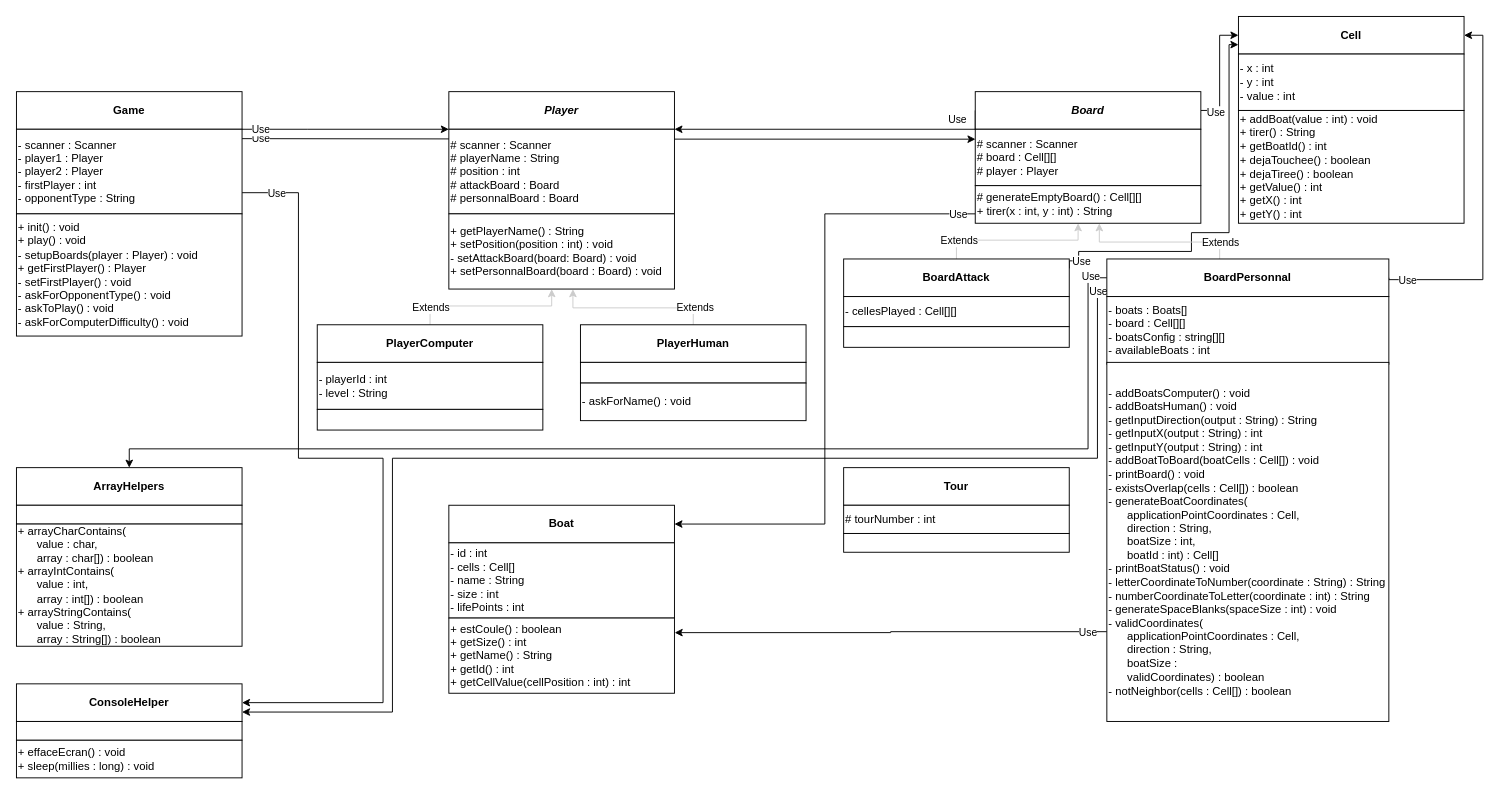
This is UML App.drawio from MariusCLM74/Java-battle-ship, a draw.io file, before an edit. Source tidied: cells renumbered, new cells numbered last; positions are measured from the earlier drawing's top-left corner, leaving out a move shared by most shapes. Both pictures are drawn from the tidied source at 94%, with x=0, y=0 at pixel (16, 16).
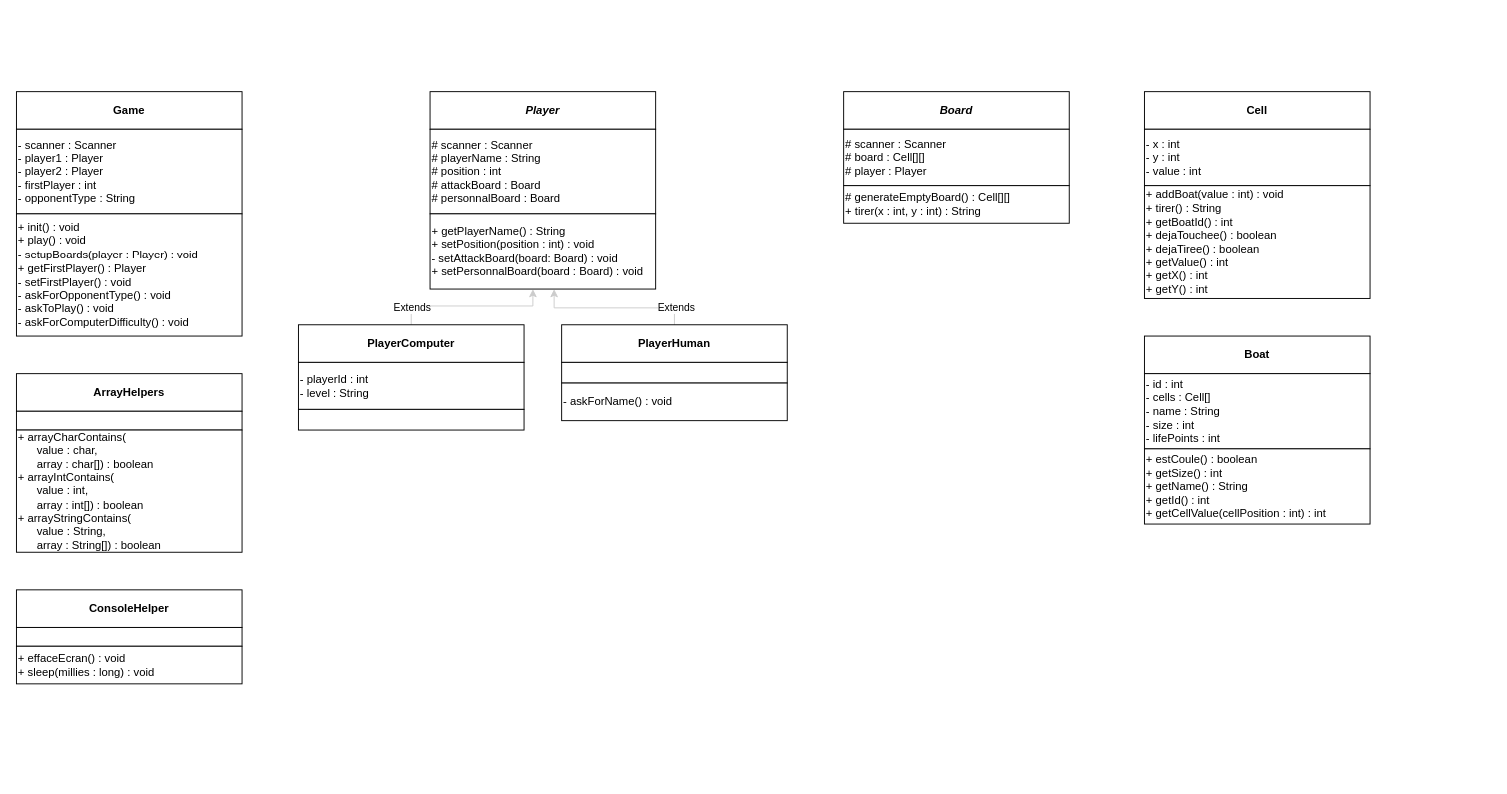
The same page after the edit.

Commit message:
UML-bataille-navale

The change refers to these unchanged cells:
```xml
<mxCell id="6" value="&lt;b&gt;Game&lt;/b&gt;" style="rounded=0;whiteSpace=wrap;html=1;" parent="1" vertex="1">
  <mxGeometry y="80" width="240" height="40" as="geometry" />
</mxCell>
<mxCell id="9" value="- scanner : Scanner&lt;br&gt;- player1 : Player&lt;br&gt;- player2 : Player&lt;br&gt;- firstPlayer : int&lt;br&gt;- opponentType : String" style="rounded=0;whiteSpace=wrap;html=1;align=left;" parent="1" vertex="1">
  <mxGeometry y="120" width="240" height="90" as="geometry" />
</mxCell>
```

The edit, as a diff of the source:
```diff
@@
-    <mxCell id="2" style="edgeStyle=orthogonalEdgeStyle;rounded=0;jettySize=auto;html=1;entryX=0.001;entryY=0.176;entryDx=0;entryDy=0;entryPerimeter=0;" parent="1" edge="1" target="29">
-      <mxGeometry relative="1" as="geometry">
-        <mxPoint x="240" y="130" as="sourcePoint" />
-      </mxGeometry>
-    </mxCell>
-    <mxCell id="3" value="Use" style="edgeLabel;html=1;align=center;verticalAlign=middle;" parent="2" vertex="1">
-      <mxGeometry x="-0.95" y="1" relative="1" as="geometry">
-        <mxPoint x="-1" as="offset" />
-      </mxGeometry>
-    </mxCell>
-    <mxCell id="4" style="edgeStyle=orthogonalEdgeStyle;rounded=0;jettySize=auto;html=1;" parent="1" edge="1" source="6">
-      <mxGeometry relative="1" as="geometry">
-        <mxPoint x="460" y="120" as="targetPoint" />
-        <Array as="points">
-          <mxPoint x="310" y="120" />
-          <mxPoint x="310" y="120" />
-        </Array>
-      </mxGeometry>
-    </mxCell>
-    <mxCell id="5" value="Use" style="edgeLabel;html=1;align=center;verticalAlign=middle;" parent="4" vertex="1">
-      <mxGeometry x="-0.79" y="-3" relative="1" as="geometry">
-        <mxPoint x="-4" y="-3" as="offset" />
-      </mxGeometry>
-    </mxCell>
@@
-    <mxCell id="7" style="edgeStyle=orthogonalEdgeStyle;rounded=0;jettySize=auto;html=1;exitX=1;exitY=0.75;exitDx=0;exitDy=0;strokeColor=#000000;strokeWidth=1;" parent="1" edge="1" source="9" target="56">
-      <mxGeometry relative="1" as="geometry">
-        <Array as="points">
-          <mxPoint x="300" y="188" />
-          <mxPoint x="300" y="470" />
-          <mxPoint x="390" y="470" />
-        </Array>
-      </mxGeometry>
-    </mxCell>
-    <mxCell id="8" value="Use" style="edgeLabel;html=1;align=center;verticalAlign=middle;" parent="7" vertex="1">
-      <mxGeometry x="-0.92" relative="1" as="geometry">
-        <mxPoint x="2" y="1" as="offset" />
-      </mxGeometry>
-    </mxCell>
@@
     <mxCell id="11" value="&lt;b&gt;&lt;i&gt;Player&lt;/i&gt;&lt;/b&gt;" style="rounded=0;whiteSpace=wrap;html=1;" parent="1" vertex="1">
-      <mxGeometry x="460" y="80" width="240" height="40" as="geometry" />
+      <mxGeometry x="440" y="80" width="240" height="40" as="geometry" />
     </mxCell>
     <mxCell id="12" value="# scanner : Scanner&lt;br&gt;# playerName : String&lt;br&gt;# position : int&lt;br&gt;# attackBoard : Board&lt;br&gt;# personnalBoard : Board" style="rounded=0;whiteSpace=wrap;html=1;align=left;" parent="1" vertex="1">
-      <mxGeometry x="460" y="120" width="240" height="90" as="geometry" />
+      <mxGeometry x="440" y="120" width="240" height="90" as="geometry" />
     </mxCell>
     <mxCell id="13" value="+ getPlayerName() : String&lt;br&gt;+ setPosition(position : int) : void&lt;br&gt;- setAttackBoard(board: Board) : void&lt;br&gt;+ setPersonnalBoard(board : Board) : void" style="rounded=0;whiteSpace=wrap;html=1;align=left;" parent="1" vertex="1">
-      <mxGeometry x="460" y="210" width="240" height="80" as="geometry" />
+      <mxGeometry x="440" y="210" width="240" height="80" as="geometry" />
     </mxCell>
@@
     <mxCell id="16" value="&lt;b&gt;PlayerComputer&lt;/b&gt;" style="rounded=0;whiteSpace=wrap;html=1;" parent="1" vertex="1">
-      <mxGeometry x="320" y="328" width="240" height="40" as="geometry" />
+      <mxGeometry x="300" y="328" width="240" height="40" as="geometry" />
     </mxCell>
     <mxCell id="17" value="- playerId : int&lt;br&gt;- level : String" style="rounded=0;whiteSpace=wrap;html=1;align=left;" parent="1" vertex="1">
-      <mxGeometry x="320" y="368" width="240" height="50" as="geometry" />
+      <mxGeometry x="300" y="368" width="240" height="50" as="geometry" />
     </mxCell>
     <mxCell id="18" style="edgeStyle=orthogonalEdgeStyle;rounded=0;jettySize=auto;html=1;strokeColor=#CCCCCC;strokeWidth=1;entryX=0.55;entryY=1.002;entryDx=0;entryDy=0;entryPerimeter=0;" parent="1" edge="1" source="20" target="13">
       <mxGeometry relative="1" as="geometry">
         <Array as="points">
-          <mxPoint x="720" y="310" />
-          <mxPoint x="592" y="310" />
+          <mxPoint x="700" y="310" />
+          <mxPoint x="572" y="310" />
         </Array>
       </mxGeometry>
     </mxCell>
@@
     <mxCell id="20" value="&lt;b&gt;PlayerHuman&lt;/b&gt;" style="rounded=0;whiteSpace=wrap;html=1;" parent="1" vertex="1">
-      <mxGeometry x="600" y="328" width="240" height="40" as="geometry" />
+      <mxGeometry x="580" y="328" width="240" height="40" as="geometry" />
     </mxCell>
     <mxCell id="21" style="rounded=0;whiteSpace=wrap;html=1;align=left;" parent="1" vertex="1">
-      <mxGeometry x="600" y="368" width="240" height="22" as="geometry" />
+      <mxGeometry x="580" y="368" width="240" height="22" as="geometry" />
     </mxCell>
     <mxCell id="22" value="- askForName() : void" style="rounded=0;whiteSpace=wrap;html=1;align=left;" parent="1" vertex="1">
-      <mxGeometry x="600" y="390" width="240" height="40" as="geometry" />
+      <mxGeometry x="580" y="390" width="240" height="40" as="geometry" />
     </mxCell>
     <mxCell id="23" style="rounded=0;whiteSpace=wrap;html=1;align=left;" parent="1" vertex="1">
-      <mxGeometry x="320" y="418" width="240" height="22" as="geometry" />
+      <mxGeometry x="300" y="418" width="240" height="22" as="geometry" />
     </mxCell>
-    <mxCell id="24" style="edgeStyle=orthogonalEdgeStyle;rounded=0;jettySize=auto;html=1;exitX=0;exitY=0.5;exitDx=0;exitDy=0;entryX=1;entryY=1;entryDx=0;entryDy=0;strokeColor=#000000;strokeWidth=1;" parent="1" edge="1" source="28" target="11">
-      <mxGeometry relative="1" as="geometry">
-        <Array as="points">
-          <mxPoint x="1020" y="120" />
-        </Array>
-      </mxGeometry>
-    </mxCell>
-    <mxCell id="25" value="Use" style="edgeLabel;html=1;align=center;verticalAlign=middle;" parent="24" vertex="1">
-      <mxGeometry x="-0.95" relative="1" as="geometry">
-        <mxPoint x="-20" as="offset" />
-      </mxGeometry>
-    </mxCell>
-    <mxCell id="26" style="edgeStyle=orthogonalEdgeStyle;rounded=0;jettySize=auto;html=1;exitX=1;exitY=0.5;exitDx=0;exitDy=0;strokeColor=#000000;strokeWidth=1;entryX=0;entryY=0.5;entryDx=0;entryDy=0;" parent="1" edge="1" source="28" target="62">
-      <mxGeometry relative="1" as="geometry" />
-    </mxCell>
-    <mxCell id="27" value="Use" style="edgeLabel;html=1;align=center;verticalAlign=middle;" parent="26" vertex="1">
-      <mxGeometry x="-0.75" y="-1" relative="1" as="geometry" />
-    </mxCell>
     <mxCell id="28" value="&lt;b&gt;&lt;i&gt;Board&lt;/i&gt;&lt;/b&gt;" style="rounded=0;whiteSpace=wrap;html=1;" parent="1" vertex="1">
-      <mxGeometry x="1020" y="80" width="240" height="40" as="geometry" />
+      <mxGeometry x="880" y="80" width="240" height="40" as="geometry" />
     </mxCell>
     <mxCell id="29" value="# scanner : Scanner&lt;br&gt;# board : Cell[][]&lt;br&gt;# player : Player" style="rounded=0;whiteSpace=wrap;html=1;align=left;" parent="1" vertex="1">
-      <mxGeometry x="1020" y="120" width="240" height="60" as="geometry" />
+      <mxGeometry x="880" y="120" width="240" height="60" as="geometry" />
     </mxCell>
-    <mxCell id="30" style="edgeStyle=orthogonalEdgeStyle;rounded=0;jettySize=auto;html=1;exitX=0;exitY=0.75;exitDx=0;exitDy=0;strokeColor=#000000;strokeWidth=1;entryX=1;entryY=0.5;entryDx=0;entryDy=0;" parent="1" edge="1" source="32" target="65">
-      <mxGeometry relative="1" as="geometry" />
-    </mxCell>
-    <mxCell id="31" value="Use" style="edgeLabel;html=1;align=center;verticalAlign=middle;" parent="30" vertex="1">
-      <mxGeometry x="-0.97" relative="1" as="geometry">
-        <mxPoint x="-9" as="offset" />
-      </mxGeometry>
-    </mxCell>
     <mxCell id="32" value="# generateEmptyBoard() : Cell[][]&lt;br&gt;+ tirer(x : int, y : int) : String" style="rounded=0;whiteSpace=wrap;html=1;align=left;" parent="1" vertex="1">
-      <mxGeometry x="1020" y="180" width="240" height="40" as="geometry" />
+      <mxGeometry x="880" y="180" width="240" height="40" as="geometry" />
     </mxCell>
-    <mxCell id="33" style="edgeStyle=orthogonalEdgeStyle;rounded=0;jettySize=auto;html=1;exitX=0.5;exitY=0;exitDx=0;exitDy=0;entryX=0.456;entryY=1.002;entryDx=0;entryDy=0;strokeWidth=1;strokeColor=#CCCCCC;entryPerimeter=0;" parent="1" edge="1" source="37" target="32">
-      <mxGeometry relative="1" as="geometry" />
-    </mxCell>
-    <mxCell id="34" value="Extends" style="edgeLabel;html=1;align=center;verticalAlign=middle;" parent="33" vertex="1">
-      <mxGeometry x="-0.74" relative="1" as="geometry" />
-    </mxCell>
-    <mxCell id="35" style="edgeStyle=orthogonalEdgeStyle;rounded=0;jettySize=auto;html=1;exitX=1;exitY=0.25;exitDx=0;exitDy=0;strokeColor=#000000;strokeWidth=1;entryX=0;entryY=0.75;entryDx=0;entryDy=0;" parent="1" edge="1" source="37" target="62">
-      <mxGeometry relative="1" as="geometry">
-        <Array as="points">
-          <mxPoint x="1120" y="260" />
-          <mxPoint x="1130" y="260" />
-          <mxPoint x="1130" y="250" />
-          <mxPoint x="1250" y="250" />
-          <mxPoint x="1250" y="230" />
-          <mxPoint x="1290" y="230" />
-          <mxPoint x="1290" y="30" />
-        </Array>
-      </mxGeometry>
-    </mxCell>
-    <mxCell id="36" value="Use" style="edgeLabel;html=1;align=center;verticalAlign=middle;" parent="35" vertex="1">
-      <mxGeometry x="-0.96" relative="1" as="geometry">
-        <mxPoint x="12" as="offset" />
-      </mxGeometry>
-    </mxCell>
-    <mxCell id="37" value="&lt;b&gt;BoardAttack&lt;/b&gt;" style="rounded=0;whiteSpace=wrap;html=1;" parent="1" vertex="1">
-      <mxGeometry x="880" y="258" width="240" height="40" as="geometry" />
-    </mxCell>
-    <mxCell id="38" value="- cellesPlayed : Cell[][]" style="rounded=0;whiteSpace=wrap;html=1;align=left;" parent="1" vertex="1">
-      <mxGeometry x="880" y="298" width="240" height="32" as="geometry" />
-    </mxCell>
-    <mxCell id="39" style="edgeStyle=orthogonalEdgeStyle;rounded=0;jettySize=auto;html=1;strokeColor=#CCCCCC;strokeWidth=1;entryX=0.55;entryY=1.002;entryDx=0;entryDy=0;entryPerimeter=0;" parent="1" edge="1" source="47" target="32">
-      <mxGeometry relative="1" as="geometry">
-        <Array as="points">
-          <mxPoint x="1280" y="240" />
-          <mxPoint x="1152" y="240" />
-        </Array>
-      </mxGeometry>
-    </mxCell>
-    <mxCell id="40" value="Extends" style="edgeLabel;html=1;align=center;verticalAlign=middle;" parent="39" vertex="1">
-      <mxGeometry x="-0.78" relative="1" as="geometry" />
-    </mxCell>
-    <mxCell id="41" style="edgeStyle=orthogonalEdgeStyle;rounded=0;jettySize=auto;html=1;exitX=0;exitY=0.5;exitDx=0;exitDy=0;strokeWidth=1;entryX=0.5;entryY=0;entryDx=0;entryDy=0;" parent="1" edge="1" source="47" target="53">
-      <mxGeometry relative="1" as="geometry">
-        <Array as="points">
-          <mxPoint x="1140" y="278" />
-          <mxPoint x="1140" y="460" />
-          <mxPoint x="120" y="460" />
-        </Array>
-      </mxGeometry>
-    </mxCell>
-    <mxCell id="42" value="Use" style="edgeLabel;html=1;align=center;verticalAlign=middle;" parent="41" vertex="1">
-      <mxGeometry x="-0.97" y="-1" relative="1" as="geometry">
-        <mxPoint x="1" y="-1" as="offset" />
-      </mxGeometry>
-    </mxCell>
-    <mxCell id="43" style="edgeStyle=orthogonalEdgeStyle;rounded=0;jettySize=auto;html=1;exitX=0;exitY=0.75;exitDx=0;exitDy=0;strokeColor=#000000;strokeWidth=1;" parent="1" edge="1" source="47" target="56">
-      <mxGeometry relative="1" as="geometry">
-        <Array as="points">
-          <mxPoint x="1150" y="288" />
-          <mxPoint x="1150" y="470" />
-          <mxPoint x="400" y="470" />
-          <mxPoint x="400" y="740" />
-        </Array>
-      </mxGeometry>
-    </mxCell>
-    <mxCell id="44" value="Use" style="edgeLabel;html=1;align=center;verticalAlign=middle;" parent="43" vertex="1">
-      <mxGeometry x="-0.98" relative="1" as="geometry" />
-    </mxCell>
-    <mxCell id="45" style="edgeStyle=orthogonalEdgeStyle;rounded=0;jettySize=auto;html=1;exitX=1;exitY=0.5;exitDx=0;exitDy=0;strokeColor=#000000;strokeWidth=1;entryX=1;entryY=0.5;entryDx=0;entryDy=0;" parent="1" edge="1" source="47" target="62">
-      <mxGeometry relative="1" as="geometry">
-        <Array as="points">
-          <mxPoint x="1460" y="280" />
-          <mxPoint x="1560" y="280" />
-          <mxPoint x="1560" y="20" />
-        </Array>
-      </mxGeometry>
-    </mxCell>
-    <mxCell id="46" value="Use" style="edgeLabel;html=1;align=center;verticalAlign=middle;" parent="45" vertex="1">
-      <mxGeometry x="-0.89" relative="1" as="geometry" />
-    </mxCell>
-    <mxCell id="47" value="&lt;b&gt;BoardPersonnal&lt;/b&gt;" style="rounded=0;whiteSpace=wrap;html=1;" parent="1" vertex="1">
-      <mxGeometry x="1160" y="258" width="300" height="40" as="geometry" />
-    </mxCell>
-    <mxCell id="48" value="- boats : Boats[]&lt;br&gt;- board : Cell[][]&lt;br&gt;- boatsConfig : string[][]&lt;br&gt;- availableBoats : int" style="rounded=0;whiteSpace=wrap;html=1;align=left;" parent="1" vertex="1">
-      <mxGeometry x="1160" y="298" width="300" height="72" as="geometry" />
-    </mxCell>
-    <mxCell id="49" style="edgeStyle=orthogonalEdgeStyle;rounded=0;jettySize=auto;html=1;exitX=0;exitY=0.75;exitDx=0;exitDy=0;entryX=1.001;entryY=0.194;entryDx=0;entryDy=0;entryPerimeter=0;strokeColor=#000000;strokeWidth=1;" parent="1" edge="1" source="51" target="67">
-      <mxGeometry relative="1" as="geometry" />
-    </mxCell>
-    <mxCell id="50" value="Use" style="edgeLabel;html=1;align=center;verticalAlign=middle;" parent="49" vertex="1">
-      <mxGeometry x="-0.91" y="1" relative="1" as="geometry" />
-    </mxCell>
-    <mxCell id="51" value="- addBoatsComputer() : void&lt;br&gt;- addBoatsHuman() : void&lt;br&gt;- getInputDirection(output : String) : String&lt;br&gt;- getInputX(output : String) : int&lt;br&gt;- getInputY(output : String) : int&lt;br&gt;- addBoatToBoard(boatCells : Cell[]) : void&lt;br&gt;- printBoard() : void&lt;br&gt;- existsOverlap(cells : Cell[]) : boolean&lt;br&gt;- generateBoatCoordinates(&lt;br&gt;&amp;nbsp; &amp;nbsp; &amp;nbsp; applicationPointCoordinates : Cell,&lt;br&gt;&amp;nbsp; &amp;nbsp; &amp;nbsp; direction : String, &lt;br&gt;&amp;nbsp; &amp;nbsp; &amp;nbsp; boatSize : int, &lt;br&gt;&amp;nbsp; &amp;nbsp; &amp;nbsp; boatId : int) : Cell[]&lt;br&gt;- printBoatStatus() : void&lt;br&gt;- letterCoordinateToNumber(coordinate : String) : String&lt;br&gt;- numberCoordinateToLetter(coordinate : int) : String&lt;br&gt;- generateSpaceBlanks(spaceSize : int) : void&lt;br&gt;- validCoordinates(&lt;br&gt;&amp;nbsp; &amp;nbsp; &amp;nbsp; applicationPointCoordinates : Cell,&lt;br&gt;&amp;nbsp; &amp;nbsp; &amp;nbsp; direction : String,&lt;br&gt;&amp;nbsp; &amp;nbsp; &amp;nbsp; boatSize :&lt;br&gt;&amp;nbsp; &amp;nbsp; &amp;nbsp; validCoordinates) : boolean&lt;br&gt;- notNeighbor(cells : Cell[])&amp;nbsp;: boolean" style="rounded=0;whiteSpace=wrap;html=1;align=left;" parent="1" vertex="1">
-      <mxGeometry x="1160" y="368" width="300" height="382" as="geometry" />
-    </mxCell>
-    <mxCell id="52" style="rounded=0;whiteSpace=wrap;html=1;align=left;" parent="1" vertex="1">
-      <mxGeometry x="880" y="330" width="240" height="22" as="geometry" />
-    </mxCell>
     <mxCell id="53" value="&lt;b&gt;ArrayHelpers&lt;/b&gt;" style="rounded=0;whiteSpace=wrap;html=1;" parent="1" vertex="1">
-      <mxGeometry y="480" width="240" height="40" as="geometry" />
+      <mxGeometry y="380" width="240" height="40" as="geometry" />
     </mxCell>
     <mxCell id="54" style="rounded=0;whiteSpace=wrap;html=1;align=left;" parent="1" vertex="1">
-      <mxGeometry y="520" width="240" height="20" as="geometry" />
+      <mxGeometry y="420" width="240" height="20" as="geometry" />
     </mxCell>
     <mxCell id="55" value="+ arrayCharContains(&lt;br&gt;&amp;nbsp; &amp;nbsp; &amp;nbsp; value : char,&lt;br&gt;&amp;nbsp; &amp;nbsp; &amp;nbsp; array : char[]) : boolean&lt;br&gt;+ arrayIntContains(&lt;br&gt;&amp;nbsp; &amp;nbsp; &amp;nbsp; value : int,&lt;br&gt;&amp;nbsp; &amp;nbsp; &amp;nbsp; array : int[]) : boolean&lt;br&gt;+ arrayStringContains(&lt;br&gt;&amp;nbsp; &amp;nbsp; &amp;nbsp; value : String,&lt;br&gt;&amp;nbsp; &amp;nbsp; &amp;nbsp; array : String[]) : boolean" style="rounded=0;whiteSpace=wrap;html=1;align=left;" parent="1" vertex="1">
-      <mxGeometry y="540" width="240" height="130" as="geometry" />
+      <mxGeometry y="440" width="240" height="130" as="geometry" />
     </mxCell>
     <mxCell id="56" value="&lt;b&gt;ConsoleHelper&lt;/b&gt;" style="rounded=0;whiteSpace=wrap;html=1;" parent="1" vertex="1">
-      <mxGeometry y="710" width="240" height="40" as="geometry" />
+      <mxGeometry y="610" width="240" height="40" as="geometry" />
     </mxCell>
     <mxCell id="57" style="rounded=0;whiteSpace=wrap;html=1;align=left;" parent="1" vertex="1">
-      <mxGeometry y="750" width="240" height="20" as="geometry" />
+      <mxGeometry y="650" width="240" height="20" as="geometry" />
     </mxCell>
     <mxCell id="58" value="+ effaceEcran() : void&lt;br&gt;+ sleep(millies : long) : void" style="rounded=0;whiteSpace=wrap;html=1;align=left;" parent="1" vertex="1">
-      <mxGeometry y="770" width="240" height="40" as="geometry" />
+      <mxGeometry y="670" width="240" height="40" as="geometry" />
     </mxCell>
-    <mxCell id="59" value="&lt;b&gt;Tour&lt;/b&gt;" style="rounded=0;whiteSpace=wrap;html=1;" parent="1" vertex="1">
-      <mxGeometry x="880" y="480" width="240" height="40" as="geometry" />
-    </mxCell>
-    <mxCell id="60" style="rounded=0;whiteSpace=wrap;html=1;align=left;" parent="1" vertex="1">
-      <mxGeometry x="880" y="550" width="240" height="20" as="geometry" />
-    </mxCell>
-    <mxCell id="61" value="# tourNumber : int" style="rounded=0;whiteSpace=wrap;html=1;align=left;" parent="1" vertex="1">
-      <mxGeometry x="880" y="520" width="240" height="30" as="geometry" />
-    </mxCell>
     <mxCell id="62" value="&lt;b&gt;Cell&lt;/b&gt;" style="rounded=0;whiteSpace=wrap;html=1;" parent="1" vertex="1">
-      <mxGeometry x="1300" width="240" height="40" as="geometry" />
+      <mxGeometry x="1200" y="80" width="240" height="40" as="geometry" />
     </mxCell>
     <mxCell id="63" value="- x : int&lt;br&gt;- y : int&lt;br&gt;- value : int" style="rounded=0;whiteSpace=wrap;html=1;align=left;" parent="1" vertex="1">
-      <mxGeometry x="1300" y="40" width="240" height="60" as="geometry" />
+      <mxGeometry x="1200" y="120" width="240" height="60" as="geometry" />
     </mxCell>
     <mxCell id="64" value="+ addBoat(value : int) : void&lt;br&gt;+ tirer() : String&lt;br&gt;+ getBoatId() : int&lt;br&gt;+ dejaTouchee() : boolean&lt;br&gt;+ dejaTiree() : boolean&lt;br&gt;+ getValue() : int&lt;br&gt;+ getX() : int&lt;br&gt;+ getY() : int" style="rounded=0;whiteSpace=wrap;html=1;align=left;" parent="1" vertex="1">
-      <mxGeometry x="1300" y="100" width="240" height="120" as="geometry" />
+      <mxGeometry x="1200" y="180" width="240" height="120" as="geometry" />
     </mxCell>
     <mxCell id="65" value="&lt;b&gt;Boat&lt;/b&gt;" style="rounded=0;whiteSpace=wrap;html=1;" parent="1" vertex="1">
-      <mxGeometry x="460" y="520" width="240" height="40" as="geometry" />
+      <mxGeometry x="1200" y="340" width="240" height="40" as="geometry" />
     </mxCell>
     <mxCell id="66" value="- id : int&lt;br&gt;- cells : Cell[]&lt;br&gt;- name : String&lt;br&gt;- size : int&lt;br&gt;- lifePoints : int" style="rounded=0;whiteSpace=wrap;html=1;align=left;" parent="1" vertex="1">
-      <mxGeometry x="460" y="560" width="240" height="80" as="geometry" />
+      <mxGeometry x="1200" y="380" width="240" height="80" as="geometry" />
     </mxCell>
     <mxCell id="67" value="+ estCoule() : boolean&lt;br&gt;+ getSize() : int&lt;br&gt;+ getName() : String&lt;br&gt;+ getId() : int&lt;br&gt;+ getCellValue(cellPosition : int) : int" style="rounded=0;whiteSpace=wrap;html=1;align=left;" parent="1" vertex="1">
-      <mxGeometry x="460" y="640" width="240" height="80" as="geometry" />
+      <mxGeometry x="1200" y="460" width="240" height="80" as="geometry" />
     </mxCell>
```
